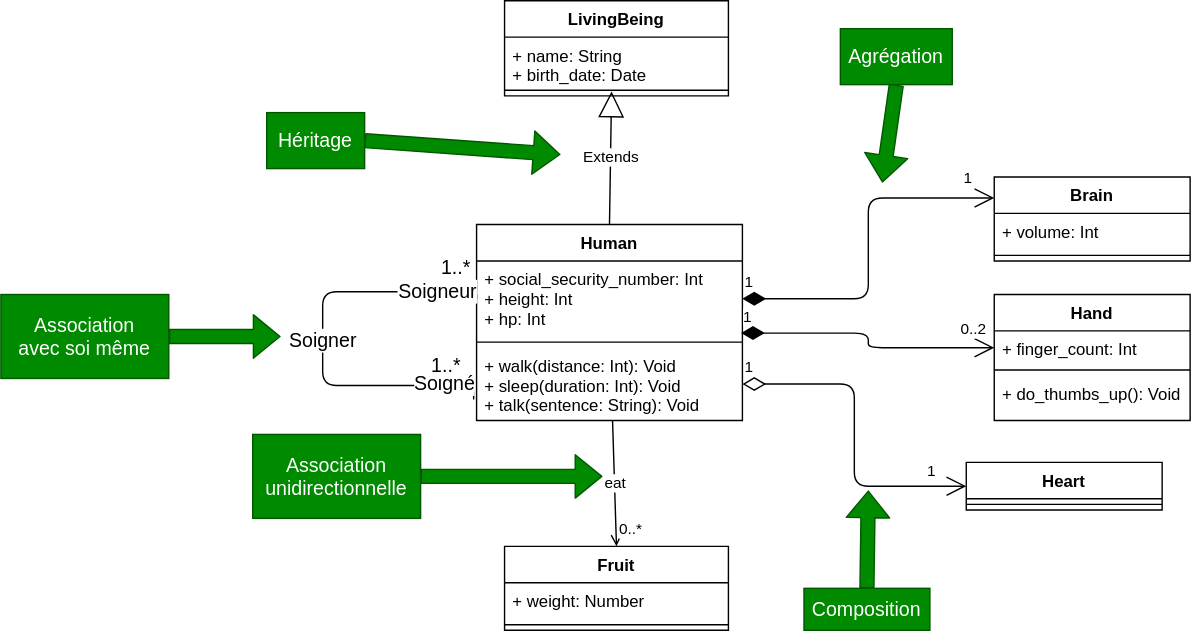
Above: docs/python/img/02-poo.drawio.svg in yostane/lectures (draw.io), before the change. Source tidied: cells renumbered, new cells last; positions are measured from the earlier drawing's top-left corner, leaving out a move shared by most shapes. Its diagram source:
```xml
<mxGraphModel>
  <root>
    <mxCell id="0" />
    <mxCell id="1" parent="0" />
    <mxCell id="2" value="eat" style="edgeStyle=none;html=1;entryX=0.5;entryY=0;entryDx=0;entryDy=0;endArrow=open;endFill=0;" parent="1" edge="1" source="4" target="31">
      <mxGeometry relative="1" as="geometry" />
    </mxCell>
    <mxCell id="3" value="0..*" style="edgeLabel;html=1;align=center;verticalAlign=middle;" parent="2" vertex="1">
      <mxGeometry x="0.72" y="3" relative="1" as="geometry">
        <mxPoint x="7" as="offset" />
      </mxGeometry>
    </mxCell>
    <mxCell id="4" value="Human" style="swimlane;fontStyle=1;align=center;verticalAlign=top;horizontal=1;startSize=26;" parent="1" vertex="1">
      <mxGeometry x="340" y="160" width="190" height="140" as="geometry" />
    </mxCell>
    <mxCell id="5" value="+ social_security_number: Int&#10;+ height: Int&#10;+ hp: Int&#10;" style="text;strokeColor=none;fillColor=none;align=left;verticalAlign=top;spacingLeft=4;spacingRight=4;overflow=hidden;points=[[0,0.5],[1,0.5]];portConstraint=eastwest;" parent="4" vertex="1">
      <mxGeometry y="26" width="190" height="54" as="geometry" />
    </mxCell>
    <mxCell id="6" style="line;strokeWidth=1;fillColor=none;align=left;verticalAlign=middle;spacingTop=-1;spacingLeft=3;spacingRight=3;labelPosition=right;strokeColor=inherit;" parent="4" vertex="1">
      <mxGeometry y="80" width="190" height="8" as="geometry" />
    </mxCell>
    <mxCell id="7" value="+ walk(distance: Int): Void&#10;+ sleep(duration: Int): Void&#10;+ talk(sentence: String): Void" style="text;strokeColor=none;fillColor=none;align=left;verticalAlign=top;spacingLeft=4;spacingRight=4;overflow=hidden;points=[[0,0.5],[1,0.5]];portConstraint=eastwest;" parent="4" vertex="1">
      <mxGeometry y="88" width="190" height="52" as="geometry" />
    </mxCell>
    <mxCell id="8" value="Soigner" style="endArrow=none;html=1;edgeStyle=orthogonalEdgeStyle;fontSize=14;entryX=0;entryY=0.5;entryDx=0;entryDy=0;exitX=-0.011;exitY=0.712;exitDx=0;exitDy=0;exitPerimeter=0;" parent="4" edge="1" source="7" target="5">
      <mxGeometry relative="1" as="geometry">
        <Array as="points">
          <mxPoint x="-110" y="115" />
          <mxPoint x="-110" y="48" />
        </Array>
      </mxGeometry>
    </mxCell>
    <mxCell id="9" value="1..*" style="edgeLabel;html=1;align=center;verticalAlign=middle;fontSize=14;" parent="8" vertex="1">
      <mxGeometry x="0.89" y="1" relative="1" as="geometry">
        <mxPoint x="-5" y="-17" as="offset" />
      </mxGeometry>
    </mxCell>
    <mxCell id="10" value="Soigneur" style="edgeLabel;html=1;align=center;verticalAlign=middle;fontSize=14;" parent="8" vertex="1">
      <mxGeometry x="0.78" y="1" relative="1" as="geometry" />
    </mxCell>
    <mxCell id="11" value="Soigné" style="edgeLabel;html=1;align=center;verticalAlign=middle;fontSize=14;" parent="8" vertex="1">
      <mxGeometry x="-0.64" y="-2" relative="1" as="geometry">
        <mxPoint x="24" as="offset" />
      </mxGeometry>
    </mxCell>
    <mxCell id="12" value="Brain" style="swimlane;fontStyle=1;align=center;verticalAlign=top;horizontal=1;startSize=26;" parent="1" vertex="1">
      <mxGeometry x="710" y="126" width="140" height="60" as="geometry" />
    </mxCell>
    <mxCell id="13" value="+ volume: Int" style="text;strokeColor=none;fillColor=none;align=left;verticalAlign=top;spacingLeft=4;spacingRight=4;overflow=hidden;" parent="12" vertex="1">
      <mxGeometry y="26" width="140" height="26" as="geometry" />
    </mxCell>
    <mxCell id="14" style="line;strokeWidth=1;fillColor=none;align=left;verticalAlign=middle;spacingTop=-1;spacingLeft=3;spacingRight=3;labelPosition=right;strokeColor=inherit;" parent="12" vertex="1">
      <mxGeometry y="52" width="140" height="8" as="geometry" />
    </mxCell>
    <mxCell id="15" value="Hand" style="swimlane;fontStyle=1;align=center;verticalAlign=top;horizontal=1;startSize=26;" parent="1" vertex="1">
      <mxGeometry x="710" y="210" width="140" height="90" as="geometry" />
    </mxCell>
    <mxCell id="16" value="+ finger_count: Int" style="text;strokeColor=none;fillColor=none;align=left;verticalAlign=top;spacingLeft=4;spacingRight=4;overflow=hidden;points=[[0,0.5],[1,0.5]];portConstraint=eastwest;" parent="15" vertex="1">
      <mxGeometry y="26" width="140" height="24" as="geometry" />
    </mxCell>
    <mxCell id="17" style="line;strokeWidth=1;fillColor=none;align=left;verticalAlign=middle;spacingTop=-1;spacingLeft=3;spacingRight=3;labelPosition=right;strokeColor=inherit;" parent="15" vertex="1">
      <mxGeometry y="50" width="140" height="8" as="geometry" />
    </mxCell>
    <mxCell id="18" value="+ do_thumbs_up(): Void" style="text;strokeColor=none;fillColor=none;align=left;verticalAlign=top;spacingLeft=4;spacingRight=4;overflow=hidden;" parent="15" vertex="1">
      <mxGeometry y="58" width="140" height="32" as="geometry" />
    </mxCell>
    <mxCell id="19" value="LivingBeing" style="swimlane;fontStyle=1;align=center;verticalAlign=top;horizontal=1;startSize=26;" parent="1" vertex="1">
      <mxGeometry x="360" width="160" height="68" as="geometry" />
    </mxCell>
    <mxCell id="20" value="+ name: String&#10;+ birth_date: Date" style="text;strokeColor=none;fillColor=none;align=left;verticalAlign=top;spacingLeft=4;spacingRight=4;overflow=hidden;" parent="19" vertex="1">
      <mxGeometry y="26" width="160" height="34" as="geometry" />
    </mxCell>
    <mxCell id="21" style="line;strokeWidth=1;fillColor=none;align=left;verticalAlign=middle;spacingTop=-1;spacingLeft=3;spacingRight=3;labelPosition=right;points=[];portConstraint=eastwest;strokeColor=inherit;" parent="19" vertex="1">
      <mxGeometry y="60" width="160" height="8" as="geometry" />
    </mxCell>
    <mxCell id="22" value="Extends" style="endArrow=block;endSize=16;endFill=0;html=1;entryX=0.478;entryY=0.603;entryDx=0;entryDy=0;entryPerimeter=0;exitX=0.5;exitY=0;exitDx=0;exitDy=0;" parent="1" edge="1" source="4" target="21">
      <mxGeometry relative="1" as="geometry" />
    </mxCell>
    <mxCell id="23" value="1" style="endArrow=open;html=1;endSize=12;startArrow=diamondThin;startSize=14;startFill=1;edgeStyle=orthogonalEdgeStyle;align=left;verticalAlign=bottom;exitX=1;exitY=0.5;exitDx=0;exitDy=0;entryX=0;entryY=0.25;entryDx=0;entryDy=0;" parent="1" edge="1" source="5" target="12">
      <mxGeometry x="-1" y="3" relative="1" as="geometry" />
    </mxCell>
    <mxCell id="24" value="1" style="edgeLabel;html=1;align=center;verticalAlign=middle;" parent="23" vertex="1">
      <mxGeometry x="0.84" y="7" relative="1" as="geometry">
        <mxPoint y="-8" as="offset" />
      </mxGeometry>
    </mxCell>
    <mxCell id="25" value="1" style="endArrow=open;html=1;endSize=12;startArrow=diamondThin;startSize=14;startFill=0;edgeStyle=orthogonalEdgeStyle;align=left;verticalAlign=bottom;entryX=0;entryY=0.5;entryDx=0;entryDy=0;exitX=1;exitY=0.5;exitDx=0;exitDy=0;" parent="1" edge="1" source="7" target="27">
      <mxGeometry x="-1" y="3" relative="1" as="geometry" />
    </mxCell>
    <mxCell id="26" value="1" style="edgeLabel;html=1;align=center;verticalAlign=middle;" parent="25" vertex="1">
      <mxGeometry x="0.87" relative="1" as="geometry">
        <mxPoint x="-11" y="-12" as="offset" />
      </mxGeometry>
    </mxCell>
    <mxCell id="27" value="Heart" style="swimlane;fontStyle=1;align=center;verticalAlign=top;horizontal=1;startSize=26;" parent="1" vertex="1">
      <mxGeometry x="690" y="330" width="140" height="34" as="geometry" />
    </mxCell>
    <mxCell id="28" style="line;strokeWidth=1;fillColor=none;align=left;verticalAlign=middle;spacingTop=-1;spacingLeft=3;spacingRight=3;labelPosition=right;strokeColor=inherit;" parent="27" vertex="1">
      <mxGeometry y="26" width="140" height="8" as="geometry" />
    </mxCell>
    <mxCell id="29" value="1" style="endArrow=open;html=1;endSize=12;startArrow=diamondThin;startSize=14;startFill=1;edgeStyle=orthogonalEdgeStyle;align=left;verticalAlign=bottom;entryX=0;entryY=0.5;entryDx=0;entryDy=0;exitX=0.995;exitY=0.955;exitDx=0;exitDy=0;exitPerimeter=0;" parent="1" edge="1" source="5" target="16">
      <mxGeometry x="-1" y="3" relative="1" as="geometry" />
    </mxCell>
    <mxCell id="30" value="0..2" style="edgeLabel;html=1;align=center;verticalAlign=middle;" parent="29" vertex="1">
      <mxGeometry x="0.84" y="4" relative="1" as="geometry">
        <mxPoint y="-10" as="offset" />
      </mxGeometry>
    </mxCell>
    <mxCell id="31" value="Fruit" style="swimlane;fontStyle=1;align=center;verticalAlign=top;horizontal=1;startSize=26;" parent="1" vertex="1">
      <mxGeometry x="360" y="390" width="160" height="60" as="geometry" />
    </mxCell>
    <mxCell id="32" value="+ weight: Number" style="text;strokeColor=none;fillColor=none;align=left;verticalAlign=top;spacingLeft=4;spacingRight=4;overflow=hidden;" parent="31" vertex="1">
      <mxGeometry y="26" width="160" height="26" as="geometry" />
    </mxCell>
    <mxCell id="33" style="line;strokeWidth=1;fillColor=none;align=left;verticalAlign=middle;spacingTop=-1;spacingLeft=3;spacingRight=3;labelPosition=right;strokeColor=inherit;" parent="31" vertex="1">
      <mxGeometry y="52" width="160" height="8" as="geometry" />
    </mxCell>
    <mxCell id="34" style="shape=flexArrow;endArrow=classic;html=1;fillColor=#008a00;strokeColor=#005700;exitX=1;exitY=0.5;exitDx=0;exitDy=0;" parent="1" edge="1" source="35">
      <mxGeometry relative="1" as="geometry">
        <mxPoint x="400" y="110" as="targetPoint" />
      </mxGeometry>
    </mxCell>
    <mxCell id="35" value="Héritage" style="text;html=1;strokeColor=#005700;fillColor=#008a00;align=center;verticalAlign=middle;whiteSpace=wrap;rounded=0;fontColor=#ffffff;fontSize=14;" parent="1" vertex="1">
      <mxGeometry x="190" y="80" width="70" height="40" as="geometry" />
    </mxCell>
    <mxCell id="36" style="shape=flexArrow;endArrow=classic;html=1;fillColor=#008a00;strokeColor=#005700;exitX=0.5;exitY=1;exitDx=0;exitDy=0;" parent="1" edge="1" source="37">
      <mxGeometry relative="1" as="geometry">
        <mxPoint x="630" y="130" as="targetPoint" />
      </mxGeometry>
    </mxCell>
    <mxCell id="37" value="Agrégation" style="text;html=1;strokeColor=#005700;fillColor=#008a00;align=center;verticalAlign=middle;whiteSpace=wrap;rounded=0;fontColor=#ffffff;fontSize=14;" parent="1" vertex="1">
      <mxGeometry x="600" y="20" width="80" height="40" as="geometry" />
    </mxCell>
    <mxCell id="38" style="shape=flexArrow;endArrow=classic;html=1;fillColor=#008a00;strokeColor=#005700;exitX=0.5;exitY=0;exitDx=0;exitDy=0;" parent="1" edge="1" source="39">
      <mxGeometry relative="1" as="geometry">
        <mxPoint x="620" y="350" as="targetPoint" />
      </mxGeometry>
    </mxCell>
    <mxCell id="39" value="Composition" style="text;html=1;strokeColor=#005700;fillColor=#008a00;align=center;verticalAlign=middle;whiteSpace=wrap;rounded=0;fontColor=#ffffff;fontSize=14;" parent="1" vertex="1">
      <mxGeometry x="574" y="420" width="90" height="30" as="geometry" />
    </mxCell>
    <mxCell id="40" style="shape=flexArrow;endArrow=classic;html=1;fillColor=#008a00;strokeColor=#005700;exitX=1;exitY=0.5;exitDx=0;exitDy=0;" parent="1" edge="1" source="41">
      <mxGeometry relative="1" as="geometry">
        <mxPoint x="430" y="340" as="targetPoint" />
      </mxGeometry>
    </mxCell>
    <mxCell id="41" value="Association&lt;br&gt;unidirectionnelle" style="text;html=1;strokeColor=#005700;fillColor=#008a00;align=center;verticalAlign=middle;whiteSpace=wrap;rounded=0;fontColor=#ffffff;fontSize=14;" parent="1" vertex="1">
      <mxGeometry x="180" y="310" width="120" height="60" as="geometry" />
    </mxCell>
    <mxCell id="42" value="1..*" style="edgeLabel;html=1;align=center;verticalAlign=middle;fontSize=14;" parent="1" vertex="1">
      <mxGeometry x="320" y="200" as="geometry">
        <mxPoint x="-2" y="60" as="offset" />
      </mxGeometry>
    </mxCell>
    <mxCell id="43" style="shape=flexArrow;endArrow=classic;html=1;fillColor=#008a00;strokeColor=#005700;exitX=1;exitY=0.5;exitDx=0;exitDy=0;" parent="1" edge="1" source="44">
      <mxGeometry relative="1" as="geometry">
        <mxPoint x="200" y="240" as="targetPoint" />
      </mxGeometry>
    </mxCell>
    <mxCell id="44" value="Association&lt;br&gt;avec soi même" style="text;html=1;strokeColor=#005700;fillColor=#008a00;align=center;verticalAlign=middle;whiteSpace=wrap;rounded=0;fontColor=#ffffff;fontSize=14;" parent="1" vertex="1">
      <mxGeometry y="210" width="120" height="60" as="geometry" />
    </mxCell>
  </root>
</mxGraphModel>
```
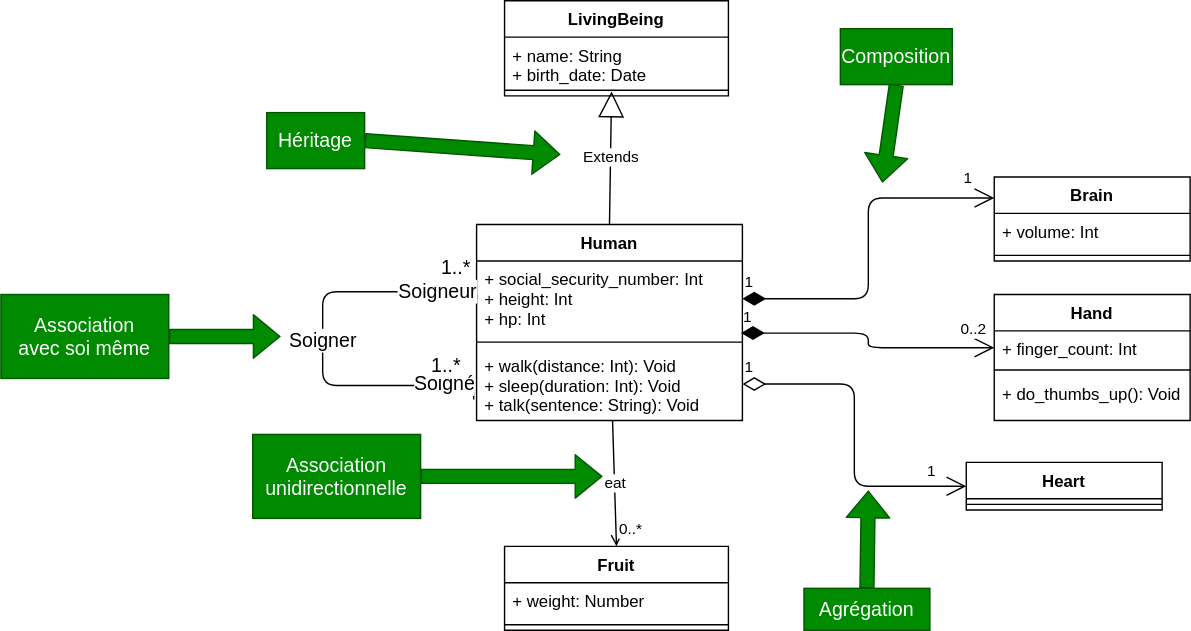
After the change.

Commit message:
Refactor SchoolPerson class and its subclasses for improved readability and structure

Diff of the diagram source:
```diff
@@ -128,7 +128,7 @@
         <mxPoint x="630" y="130" as="targetPoint" />
       </mxGeometry>
     </mxCell>
-    <mxCell id="37" value="Agrégation" style="text;html=1;strokeColor=#005700;fillColor=#008a00;align=center;verticalAlign=middle;whiteSpace=wrap;rounded=0;fontColor=#ffffff;fontSize=14;" parent="1" vertex="1">
+    <mxCell id="37" value="Composition" style="text;html=1;strokeColor=#005700;fillColor=#008a00;align=center;verticalAlign=middle;whiteSpace=wrap;rounded=0;fontColor=#ffffff;fontSize=14;" parent="1" vertex="1">
       <mxGeometry x="600" y="20" width="80" height="40" as="geometry" />
     </mxCell>
     <mxCell id="38" style="shape=flexArrow;endArrow=classic;html=1;fillColor=#008a00;strokeColor=#005700;exitX=0.5;exitY=0;exitDx=0;exitDy=0;" parent="1" edge="1" source="39">
@@ -136,7 +136,7 @@
         <mxPoint x="620" y="350" as="targetPoint" />
       </mxGeometry>
     </mxCell>
-    <mxCell id="39" value="Composition" style="text;html=1;strokeColor=#005700;fillColor=#008a00;align=center;verticalAlign=middle;whiteSpace=wrap;rounded=0;fontColor=#ffffff;fontSize=14;" parent="1" vertex="1">
+    <mxCell id="39" value="Agrégation" style="text;html=1;strokeColor=#005700;fillColor=#008a00;align=center;verticalAlign=middle;whiteSpace=wrap;rounded=0;fontColor=#ffffff;fontSize=14;" parent="1" vertex="1">
       <mxGeometry x="574" y="420" width="90" height="30" as="geometry" />
     </mxCell>
     <mxCell id="40" style="shape=flexArrow;endArrow=classic;html=1;fillColor=#008a00;strokeColor=#005700;exitX=1;exitY=0.5;exitDx=0;exitDy=0;" parent="1" edge="1" source="41">
```
